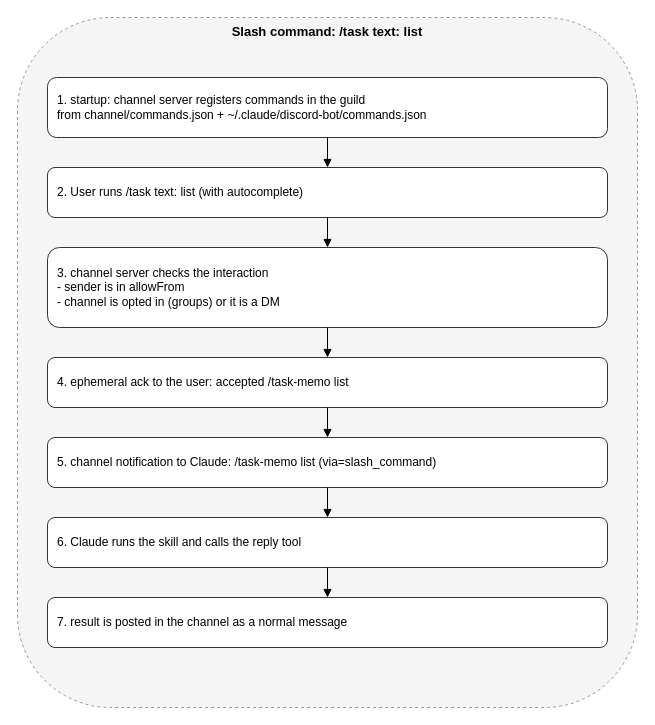
ryuki-imachi/claude-code-discord-bot keeps this draw.io diagram as docs/diagrams/slash-command.drawio. Above is the earlier version. Source tidied: cells renumbered, new cells numbered last; positions are measured from the earlier drawing's top-left corner, leaving out a move shared by most shapes. Both pictures are drawn from the tidied source at 100%, with x=0, y=0 at pixel (17, 17).
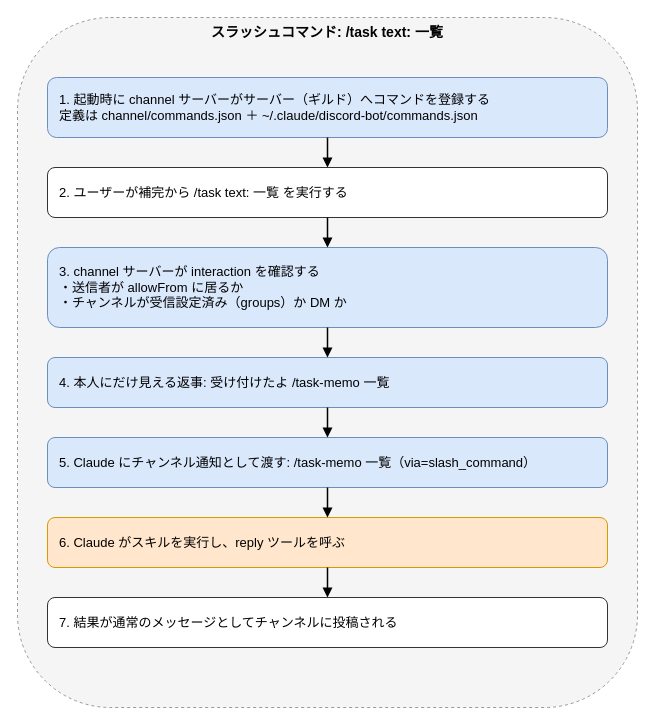
The same diagram, later.

Change to the diagram source:
```diff
@@
 <mxGraphModel>
   <root>
     <mxCell id="0" />
     <mxCell id="1" parent="0" />
-    <mxCell id="2" value="Slash command: /task text: list" style="rounded=1;whiteSpace=wrap;html=1;fillColor=#F5F5F5;strokeColor=#999999;dashed=1;verticalAlign=top;fontStyle=1;fontSize=13;" parent="1" vertex="1">
+    <mxCell id="2" value="スラッシュコマンド: /task text: 一覧" style="rounded=1;whiteSpace=wrap;html=1;fillColor=#F5F5F5;strokeColor=#999999;dashed=1;verticalAlign=top;fontStyle=1;fontSize=14;" parent="1" vertex="1">
       <mxGeometry width="620" height="690" as="geometry" />
     </mxCell>
-    <mxCell id="3" value="1. startup: channel server registers commands in the guild&lt;br&gt;from channel/commands.json + ~/.claude/discord-bot/commands.json" style="rounded=1;whiteSpace=wrap;html=1;fillColor=#FFFFFF;strokeColor=#333333;fontSize=12;align=left;spacingLeft=8;" parent="2" vertex="1">
+    <mxCell id="3" value="1. 起動時に channel サーバーがサーバー（ギルド）へコマンドを登録する&lt;br&gt;定義は channel/commands.json ＋ ~/.claude/discord-bot/commands.json" style="rounded=1;whiteSpace=wrap;html=1;fillColor=#DAE8FC;strokeColor=#6C8EBF;fontSize=13;align=left;spacingLeft=10;" parent="2" vertex="1">
       <mxGeometry x="30" y="60" width="560" height="60" as="geometry" />
     </mxCell>
-    <mxCell id="4" value="2. User runs /task text: list (with autocomplete)" style="rounded=1;whiteSpace=wrap;html=1;fillColor=#FFFFFF;strokeColor=#333333;fontSize=12;align=left;spacingLeft=8;" parent="2" vertex="1">
+    <mxCell id="4" value="2. ユーザーが補完から /task text: 一覧 を実行する" style="rounded=1;whiteSpace=wrap;html=1;fillColor=#FFFFFF;strokeColor=#333333;fontSize=13;align=left;spacingLeft=10;" parent="2" vertex="1">
       <mxGeometry x="30" y="150" width="560" height="50" as="geometry" />
     </mxCell>
-    <mxCell id="5" value="3. channel server checks the interaction&lt;br&gt;- sender is in allowFrom&lt;br&gt;- channel is opted in (groups) or it is a DM" style="rounded=1;whiteSpace=wrap;html=1;fillColor=#FFFFFF;strokeColor=#333333;fontSize=12;align=left;spacingLeft=8;" parent="2" vertex="1">
+    <mxCell id="5" value="3. channel サーバーが interaction を確認する&lt;br&gt;・送信者が allowFrom に居るか&lt;br&gt;・チャンネルが受信設定済み（groups）か DM か" style="rounded=1;whiteSpace=wrap;html=1;fillColor=#DAE8FC;strokeColor=#6C8EBF;fontSize=13;align=left;spacingLeft=10;" parent="2" vertex="1">
       <mxGeometry x="30" y="230" width="560" height="80" as="geometry" />
     </mxCell>
-    <mxCell id="6" value="4. ephemeral ack to the user: accepted /task-memo list" style="rounded=1;whiteSpace=wrap;html=1;fillColor=#FFFFFF;strokeColor=#333333;fontSize=12;align=left;spacingLeft=8;" parent="2" vertex="1">
+    <mxCell id="6" value="4. 本人にだけ見える返事: 受け付けたよ /task-memo 一覧" style="rounded=1;whiteSpace=wrap;html=1;fillColor=#DAE8FC;strokeColor=#6C8EBF;fontSize=13;align=left;spacingLeft=10;" parent="2" vertex="1">
       <mxGeometry x="30" y="340" width="560" height="50" as="geometry" />
     </mxCell>
-    <mxCell id="7" value="5. channel notification to Claude: /task-memo list (via=slash_command)" style="rounded=1;whiteSpace=wrap;html=1;fillColor=#FFFFFF;strokeColor=#333333;fontSize=12;align=left;spacingLeft=8;" parent="2" vertex="1">
+    <mxCell id="7" value="5. Claude にチャンネル通知として渡す: /task-memo 一覧（via=slash_command）" style="rounded=1;whiteSpace=wrap;html=1;fillColor=#DAE8FC;strokeColor=#6C8EBF;fontSize=13;align=left;spacingLeft=10;" parent="2" vertex="1">
       <mxGeometry x="30" y="420" width="560" height="50" as="geometry" />
     </mxCell>
-    <mxCell id="8" value="6. Claude runs the skill and calls the reply tool" style="rounded=1;whiteSpace=wrap;html=1;fillColor=#FFFFFF;strokeColor=#333333;fontSize=12;align=left;spacingLeft=8;" parent="2" vertex="1">
+    <mxCell id="8" value="6. Claude がスキルを実行し、reply ツールを呼ぶ" style="rounded=1;whiteSpace=wrap;html=1;fillColor=#FFE6CC;strokeColor=#D79B00;fontSize=13;align=left;spacingLeft=10;" parent="2" vertex="1">
       <mxGeometry x="30" y="500" width="560" height="50" as="geometry" />
     </mxCell>
-    <mxCell id="9" value="7. result is posted in the channel as a normal message" style="rounded=1;whiteSpace=wrap;html=1;fillColor=#FFFFFF;strokeColor=#333333;fontSize=12;align=left;spacingLeft=8;" parent="2" vertex="1">
+    <mxCell id="9" value="7. 結果が通常のメッセージとしてチャンネルに投稿される" style="rounded=1;whiteSpace=wrap;html=1;fillColor=#FFFFFF;strokeColor=#333333;fontSize=13;align=left;spacingLeft=10;" parent="2" vertex="1">
       <mxGeometry x="30" y="580" width="560" height="50" as="geometry" />
     </mxCell>
-    <mxCell id="10" style="edgeStyle=orthogonalEdgeStyle;rounded=1;html=1;fontSize=11;endArrow=block;endFill=1;" parent="1" edge="1" source="3" target="4">
+    <mxCell id="10" style="edgeStyle=orthogonalEdgeStyle;rounded=0;html=1;fontSize=12;endArrow=block;endFill=1;strokeWidth=1.5;" parent="1" edge="1" source="3" target="4">
       <mxGeometry relative="1" as="geometry" />
     </mxCell>
-    <mxCell id="11" style="edgeStyle=orthogonalEdgeStyle;rounded=1;html=1;fontSize=11;endArrow=block;endFill=1;" parent="1" edge="1" source="4" target="5">
+    <mxCell id="11" style="edgeStyle=orthogonalEdgeStyle;rounded=0;html=1;fontSize=12;endArrow=block;endFill=1;strokeWidth=1.5;" parent="1" edge="1" source="4" target="5">
       <mxGeometry relative="1" as="geometry" />
     </mxCell>
-    <mxCell id="12" style="edgeStyle=orthogonalEdgeStyle;rounded=1;html=1;fontSize=11;endArrow=block;endFill=1;" parent="1" edge="1" source="5" target="6">
+    <mxCell id="12" style="edgeStyle=orthogonalEdgeStyle;rounded=0;html=1;fontSize=12;endArrow=block;endFill=1;strokeWidth=1.5;" parent="1" edge="1" source="5" target="6">
       <mxGeometry relative="1" as="geometry" />
     </mxCell>
-    <mxCell id="13" style="edgeStyle=orthogonalEdgeStyle;rounded=1;html=1;fontSize=11;endArrow=block;endFill=1;" parent="1" edge="1" source="6" target="7">
+    <mxCell id="13" style="edgeStyle=orthogonalEdgeStyle;rounded=0;html=1;fontSize=12;endArrow=block;endFill=1;strokeWidth=1.5;" parent="1" edge="1" source="6" target="7">
       <mxGeometry relative="1" as="geometry" />
     </mxCell>
-    <mxCell id="14" style="edgeStyle=orthogonalEdgeStyle;rounded=1;html=1;fontSize=11;endArrow=block;endFill=1;" parent="1" edge="1" source="7" target="8">
+    <mxCell id="14" style="edgeStyle=orthogonalEdgeStyle;rounded=0;html=1;fontSize=12;endArrow=block;endFill=1;strokeWidth=1.5;" parent="1" edge="1" source="7" target="8">
       <mxGeometry relative="1" as="geometry" />
     </mxCell>
-    <mxCell id="15" style="edgeStyle=orthogonalEdgeStyle;rounded=1;html=1;fontSize=11;endArrow=block;endFill=1;" parent="1" edge="1" source="8" target="9">
+    <mxCell id="15" style="edgeStyle=orthogonalEdgeStyle;rounded=0;html=1;fontSize=12;endArrow=block;endFill=1;strokeWidth=1.5;" parent="1" edge="1" source="8" target="9">
       <mxGeometry relative="1" as="geometry" />
     </mxCell>
   </root>
 </mxGraphModel>
```
